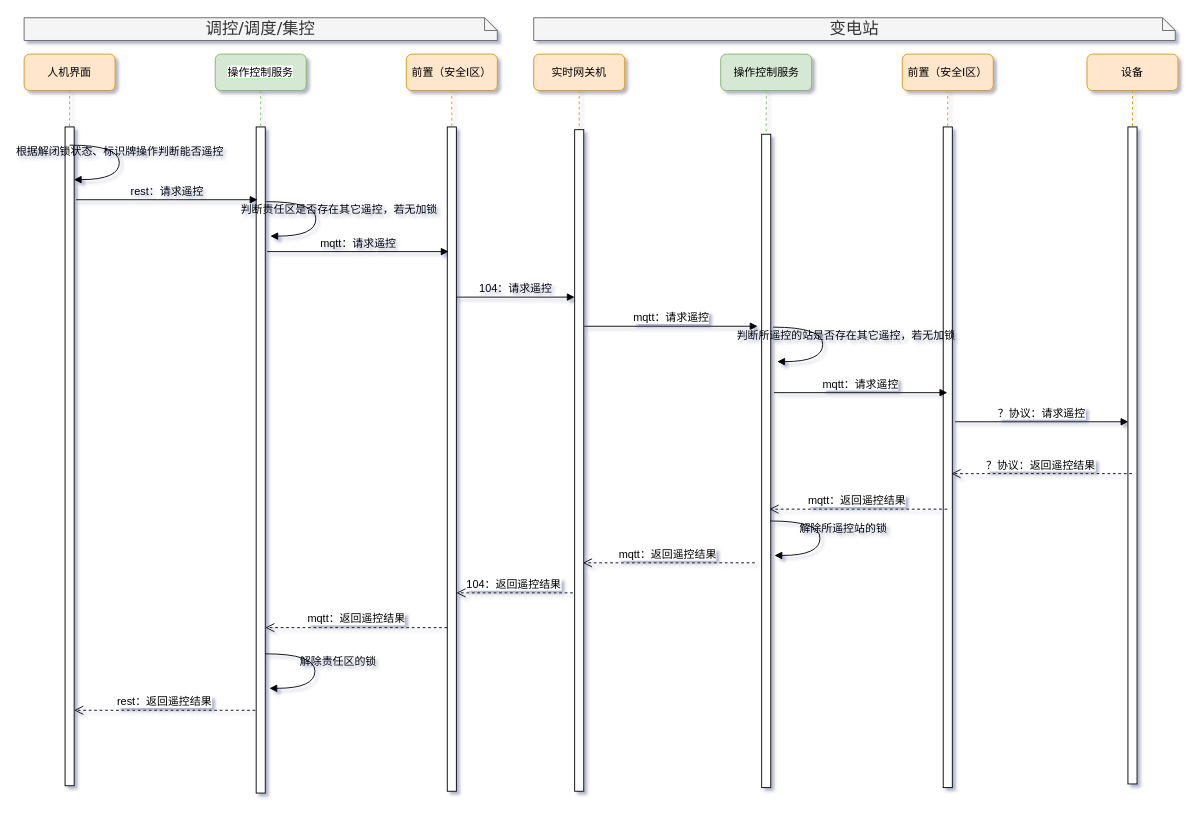
This is page "集控站直控" (1 of 8) of 操作与控制.drawio from qwe995272801/taowenxiang, a draw.io file, before an edit. Source tidied: cells renumbered, new cells numbered last; positions are measured from the earlier drawing's top-left corner, leaving out a move shared by most shapes. Both pictures are drawn from the tidied source at 91%, with x=0, y=0 at pixel (24, 17).
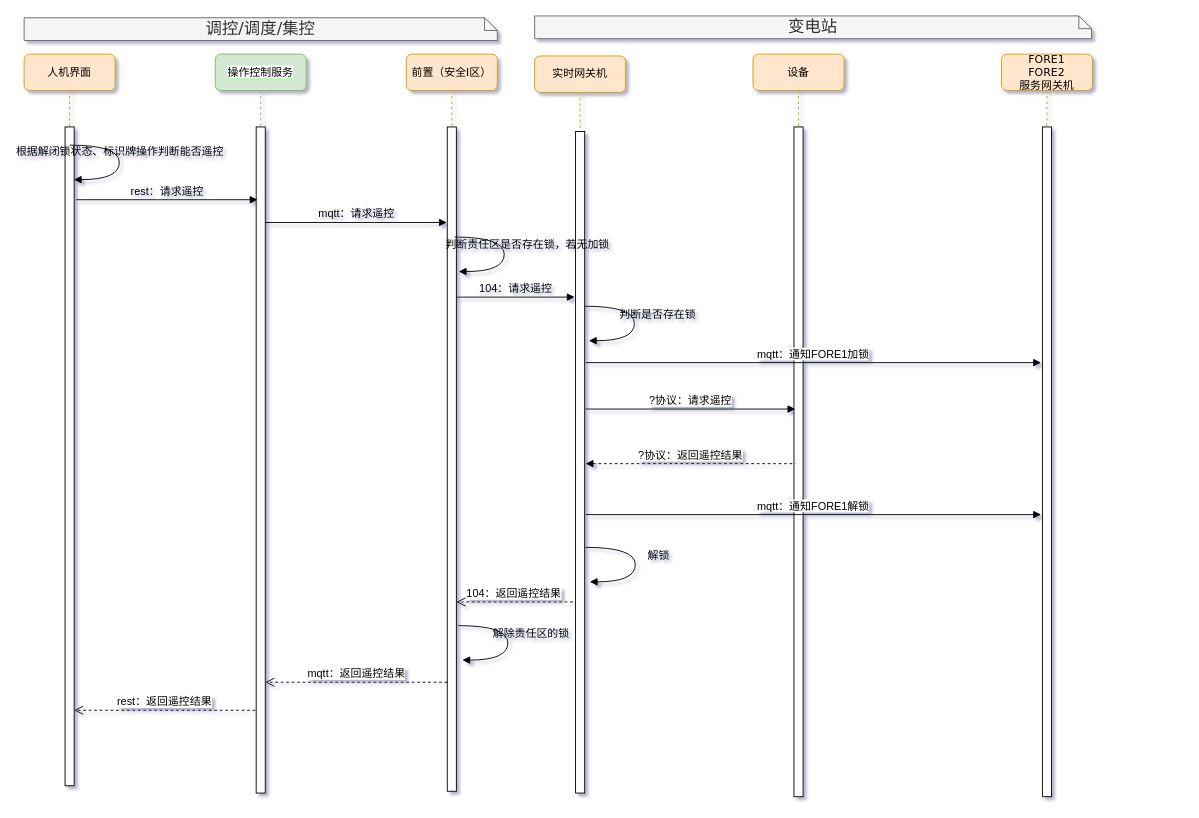
After the change.

Unchanged cells that the change refers to:
```xml
<mxCell id="2" value="&lt;span style=&quot;background-color: rgb(255 , 255 , 255)&quot;&gt;操作控制服务&lt;/span&gt;" style="shape=umlLifeline;perimeter=lifelinePerimeter;whiteSpace=wrap;html=1;rounded=1;shadow=0;comic=0;labelBackgroundColor=#99FF99;strokeWidth=1;fontFamily=Verdana;fontSize=12;align=center;fillColor=#d5e8d4;strokeColor=#82b366;" parent="1" vertex="1">
  <mxGeometry x="210" y="40" width="100" height="812" as="geometry" />
</mxCell>
```

What changed in the source:
```diff
@@
     <mxCell id="4" value="mqtt：返回遥控结果" style="html=1;verticalAlign=bottom;endArrow=open;dashed=1;endSize=8;fontFamily=Helvetica;entryX=1;entryY=0.81;entryDx=0;entryDy=0;entryPerimeter=0;fontSize=12;" parent="2" edge="1">
       <mxGeometry relative="1" as="geometry">
-        <mxPoint x="255" y="630.2" as="sourcePoint" />
-        <mxPoint x="55" y="630.2" as="targetPoint" />
+        <mxPoint x="255" y="690.2" as="sourcePoint" />
+        <mxPoint x="55" y="690.2" as="targetPoint" />
       </mxGeometry>
     </mxCell>
@@
-    <mxCell id="7" value="实时网关机" style="shape=umlLifeline;perimeter=lifelinePerimeter;whiteSpace=wrap;html=1;rounded=1;shadow=0;comic=0;labelBackgroundColor=none;strokeWidth=1;fontFamily=Verdana;fontSize=12;align=center;fillColor=#ffe6cc;strokeColor=#d79b00;" parent="1" vertex="1">
-      <mxGeometry x="560" y="40" width="100" height="811" as="geometry" />
-    </mxCell>
-    <mxCell id="8" style="html=1;perimeter=orthogonalPerimeter;rounded=0;shadow=0;comic=0;labelBackgroundColor=none;strokeWidth=1;fontFamily=Helvetica;fontSize=12;align=center;" parent="7" vertex="1">
-      <mxGeometry x="45" y="83" width="10" height="727" as="geometry" />
-    </mxCell>
-    <mxCell id="9" value="操作控制服务" style="shape=umlLifeline;perimeter=lifelinePerimeter;whiteSpace=wrap;html=1;rounded=1;shadow=0;comic=0;labelBackgroundColor=none;strokeWidth=1;fontFamily=Verdana;fontSize=12;align=center;fillColor=#d5e8d4;strokeColor=#82b366;" parent="1" vertex="1">
-      <mxGeometry x="765.5" y="40" width="100" height="806" as="geometry" />
-    </mxCell>
-    <mxCell id="10" style="html=1;perimeter=orthogonalPerimeter;rounded=0;shadow=0;comic=0;labelBackgroundColor=none;strokeWidth=1;fontFamily=Helvetica;fontSize=12;align=center;" parent="9" vertex="1">
-      <mxGeometry x="45" y="88" width="10" height="718" as="geometry" />
-    </mxCell>
@@
-    <mxCell id="16" value="&lt;font style=&quot;font-size: 18px&quot;&gt;变电站&lt;/font&gt;" style="shape=note;whiteSpace=wrap;html=1;size=14;verticalAlign=top;align=center;spacingTop=-6;rounded=0;shadow=0;comic=0;labelBackgroundColor=none;strokeWidth=1;fontFamily=Verdana;fontSize=12;fillColor=#f5f5f5;strokeColor=#666666;fontColor=#333333;" parent="1" vertex="1">
-      <mxGeometry x="560" width="705" height="25" as="geometry" />
-    </mxCell>
-    <mxCell id="17" value="mqtt：请求遥控" style="html=1;verticalAlign=bottom;endArrow=block;fontFamily=Helvetica;fontSize=12;" parent="1" edge="1">
-      <mxGeometry relative="1" as="geometry">
-        <mxPoint x="615.5" y="339" as="sourcePoint" />
-        <mxPoint x="806" y="339" as="targetPoint" />
-      </mxGeometry>
-    </mxCell>
@@
     <mxCell id="19" value="104：返回遥控结果" style="html=1;verticalAlign=bottom;endArrow=open;dashed=1;endSize=8;fontFamily=Helvetica;entryX=1.2;entryY=0.9;entryDx=0;entryDy=0;entryPerimeter=0;fontSize=12;" parent="1" edge="1">
       <mxGeometry x="0.02" relative="1" as="geometry">
-        <mxPoint x="603" y="632" as="sourcePoint" />
-        <mxPoint x="475" y="632" as="targetPoint" />
+        <mxPoint x="603" y="642" as="sourcePoint" />
+        <mxPoint x="475" y="642" as="targetPoint" />
       </mxGeometry>
     </mxCell>
-    <mxCell id="20" value="mqtt：返回遥控结果" style="html=1;verticalAlign=bottom;endArrow=open;dashed=1;endSize=8;fontFamily=Helvetica;entryX=1.2;entryY=0.9;entryDx=0;entryDy=0;entryPerimeter=0;fontSize=12;" parent="1" edge="1">
-      <mxGeometry x="0.02" relative="1" as="geometry">
-        <mxPoint x="803" y="599" as="sourcePoint" />
-        <mxPoint x="614" y="599" as="targetPoint" />
-      </mxGeometry>
-    </mxCell>
     <mxCell id="21" value="mqtt：请求遥控" style="html=1;verticalAlign=bottom;endArrow=block;labelBackgroundColor=none;fontFamily=Helvetica;fontSize=12;edgeStyle=elbowEdgeStyle;elbow=vertical;" parent="1" edge="1">
       <mxGeometry relative="1" as="geometry">
-        <mxPoint x="267" y="257" as="sourcePoint" />
-        <mxPoint x="466.5" y="257" as="targetPoint" />
+        <mxPoint x="265" y="225" as="sourcePoint" />
+        <mxPoint x="464.5" y="225" as="targetPoint" />
         <Array as="points">
-          <mxPoint x="377" y="257" />
-          <mxPoint x="217" y="307" />
-          <mxPoint x="207" y="307" />
+          <mxPoint x="375" y="225" />
+          <mxPoint x="215" y="275" />
+          <mxPoint x="205" y="275" />
         </Array>
       </mxGeometry>
     </mxCell>
@@
+    <mxCell id="33" value="解除责任区的锁" style="html=1;verticalAlign=bottom;endArrow=block;labelBackgroundColor=none;fontFamily=Verdana;fontSize=12;elbow=vertical;edgeStyle=orthogonalEdgeStyle;curved=1;entryX=1;entryY=0.286;entryPerimeter=0;exitX=1.038;exitY=0.345;exitPerimeter=0;" parent="1" edge="1">
+      <mxGeometry x="0.02" y="25" relative="1" as="geometry">
+        <mxPoint x="477" y="668" as="sourcePoint" />
+        <mxPoint x="481.6" y="705.9" as="targetPoint" />
+        <Array as="points">
+          <mxPoint x="531.6" y="667.9" />
+          <mxPoint x="531.6" y="705.9" />
+        </Array>
+      </mxGeometry>
+    </mxCell>
+    <mxCell id="7" value="实时网关机" style="shape=umlLifeline;perimeter=lifelinePerimeter;whiteSpace=wrap;html=1;rounded=1;shadow=0;comic=0;labelBackgroundColor=none;strokeWidth=1;fontFamily=Verdana;fontSize=12;align=center;fillColor=#ffe6cc;strokeColor=#d79b00;" parent="1" vertex="1">
+      <mxGeometry x="561" y="42" width="100" height="811" as="geometry" />
+    </mxCell>
+    <mxCell id="8" style="html=1;perimeter=orthogonalPerimeter;rounded=0;shadow=0;comic=0;labelBackgroundColor=none;strokeWidth=1;fontFamily=Helvetica;fontSize=12;align=center;" parent="7" vertex="1">
+      <mxGeometry x="45" y="83" width="10" height="727" as="geometry" />
+    </mxCell>
+    <mxCell id="35" value="?协议：请求遥控" style="html=1;verticalAlign=bottom;endArrow=block;fontFamily=Helvetica;fontSize=12;" parent="1" edge="1">
+      <mxGeometry relative="1" as="geometry">
+        <mxPoint x="617" y="430" as="sourcePoint" />
+        <mxPoint x="847.5" y="430" as="targetPoint" />
+      </mxGeometry>
+    </mxCell>
+    <mxCell id="36" value="判断是否存在锁" style="html=1;verticalAlign=bottom;endArrow=block;labelBackgroundColor=none;fontFamily=Verdana;fontSize=12;elbow=vertical;edgeStyle=orthogonalEdgeStyle;curved=1;entryX=1;entryY=0.286;entryPerimeter=0;exitX=1.038;exitY=0.345;exitPerimeter=0;" parent="1" edge="1">
+      <mxGeometry x="0.02" y="25" relative="1" as="geometry">
+        <mxPoint x="616" y="317" as="sourcePoint" />
+        <mxPoint x="620.6" y="354.9" as="targetPoint" />
+        <Array as="points">
+          <mxPoint x="670.6" y="316.9" />
+          <mxPoint x="670.6" y="354.9" />
+        </Array>
+      </mxGeometry>
+    </mxCell>
+    <mxCell id="29" value="设备" style="shape=umlLifeline;perimeter=lifelinePerimeter;whiteSpace=wrap;html=1;outlineConnect=0;rounded=1;shadow=0;comic=0;labelBackgroundColor=none;strokeWidth=1;fontFamily=Verdana;fontSize=12;align=center;fillColor=#ffe6cc;strokeColor=#d79b00;" parent="1" vertex="1">
+      <mxGeometry x="801" y="40" width="100" height="816" as="geometry" />
+    </mxCell>
+    <mxCell id="37" style="html=1;perimeter=orthogonalPerimeter;rounded=0;shadow=0;comic=0;labelBackgroundColor=none;strokeWidth=1;fontFamily=Helvetica;fontSize=12;align=center;" parent="29" vertex="1">
+      <mxGeometry x="45" y="80" width="10" height="736" as="geometry" />
+    </mxCell>
+    <mxCell id="38" value="解锁" style="html=1;verticalAlign=bottom;endArrow=block;labelBackgroundColor=none;fontFamily=Verdana;fontSize=12;elbow=vertical;edgeStyle=orthogonalEdgeStyle;curved=1;entryX=1;entryY=0.286;entryPerimeter=0;exitX=1.038;exitY=0.345;exitPerimeter=0;" parent="1" edge="1">
+      <mxGeometry x="0.02" y="25" relative="1" as="geometry">
+        <mxPoint x="617" y="582" as="sourcePoint" />
+        <mxPoint x="621.6" y="619.9" as="targetPoint" />
+        <Array as="points">
+          <mxPoint x="671.6" y="581.9" />
+          <mxPoint x="671.6" y="619.9" />
+        </Array>
+      </mxGeometry>
+    </mxCell>
+    <mxCell id="39" value="?协议：返回遥控结果" style="html=1;verticalAlign=bottom;endArrow=none;fontFamily=Helvetica;fontSize=12;dashed=1;startArrow=block;startFill=1;endFill=0;" parent="1" edge="1">
+      <mxGeometry relative="1" as="geometry">
+        <mxPoint x="617" y="490" as="sourcePoint" />
+        <mxPoint x="847.5" y="490" as="targetPoint" />
+      </mxGeometry>
+    </mxCell>
+    <mxCell id="40" value="mqtt：通知FORE1解锁" style="html=1;verticalAlign=bottom;endArrow=block;fontFamily=Helvetica;fontSize=12;" parent="1" edge="1">
+      <mxGeometry relative="1" as="geometry">
+        <mxPoint x="617.2" y="546" as="sourcePoint" />
+        <mxPoint x="1117.5" y="546" as="targetPoint" />
+      </mxGeometry>
+    </mxCell>
+    <mxCell id="41" value="&lt;div&gt;FORE1&lt;/div&gt;&lt;div&gt;FORE2&lt;/div&gt;&lt;div&gt;服务网关机&lt;/div&gt;" style="shape=umlLifeline;perimeter=lifelinePerimeter;whiteSpace=wrap;html=1;rounded=1;shadow=0;comic=0;labelBackgroundColor=none;strokeWidth=1;fontFamily=Verdana;fontSize=12;align=center;fillColor=#ffe6cc;strokeColor=#d79b00;" parent="1" vertex="1">
+      <mxGeometry x="1074" y="40" width="100" height="816" as="geometry" />
+    </mxCell>
+    <mxCell id="42" style="html=1;perimeter=orthogonalPerimeter;rounded=0;shadow=0;comic=0;labelBackgroundColor=none;strokeWidth=1;fontFamily=Helvetica;fontSize=12;align=center;" parent="41" vertex="1">
+      <mxGeometry x="45" y="80" width="10" height="736" as="geometry" />
+    </mxCell>
+    <mxCell id="16" value="&lt;font style=&quot;font-size: 18px&quot;&gt;变电站&lt;/font&gt;" style="shape=note;whiteSpace=wrap;html=1;size=14;verticalAlign=top;align=center;spacingTop=-6;rounded=0;shadow=0;comic=0;labelBackgroundColor=none;strokeWidth=1;fontFamily=Verdana;fontSize=12;fillColor=#f5f5f5;strokeColor=#666666;fontColor=#333333;" parent="1" vertex="1">
+      <mxGeometry x="561" y="-2" width="612" height="25" as="geometry" />
+    </mxCell>
+    <mxCell id="43" value="mqtt：通知FORE1加锁" style="html=1;verticalAlign=bottom;endArrow=block;fontFamily=Helvetica;fontSize=12;" parent="1" edge="1">
+      <mxGeometry relative="1" as="geometry">
+        <mxPoint x="617.2" y="379" as="sourcePoint" />
+        <mxPoint x="1117.5" y="379" as="targetPoint" />
+      </mxGeometry>
+    </mxCell>
-    <mxCell id="23" value="判断责任区是否存在其它遥控，若无加锁" style="html=1;verticalAlign=bottom;endArrow=block;labelBackgroundColor=none;fontFamily=Verdana;fontSize=12;elbow=vertical;edgeStyle=orthogonalEdgeStyle;curved=1;entryX=1;entryY=0.286;entryPerimeter=0;exitX=1.038;exitY=0.345;exitPerimeter=0;" parent="1" edge="1">
+    <mxCell id="23" value="判断责任区是否存在锁，若无加锁" style="html=1;verticalAlign=bottom;endArrow=block;labelBackgroundColor=none;fontFamily=Verdana;fontSize=12;elbow=vertical;edgeStyle=orthogonalEdgeStyle;curved=1;entryX=1;entryY=0.286;entryPerimeter=0;exitX=1.038;exitY=0.345;exitPerimeter=0;" parent="1" edge="1">
       <mxGeometry x="0.02" y="25" relative="1" as="geometry">
-        <mxPoint x="266" y="202.1" as="sourcePoint" />
-        <mxPoint x="270.6" y="240" as="targetPoint" />
+        <mxPoint x="473" y="241" as="sourcePoint" />
+        <mxPoint x="477.6" y="278.9" as="targetPoint" />
         <Array as="points">
-          <mxPoint x="320.6" y="202" />
-          <mxPoint x="320.6" y="240" />
+          <mxPoint x="527.6" y="240.9" />
+          <mxPoint x="527.6" y="278.9" />
         </Array>
       </mxGeometry>
     </mxCell>
-    <mxCell id="24" value="前置（安全Ⅰ区）" style="shape=umlLifeline;perimeter=lifelinePerimeter;whiteSpace=wrap;html=1;outlineConnect=0;rounded=1;shadow=0;comic=0;labelBackgroundColor=none;strokeWidth=1;fontFamily=Verdana;fontSize=12;align=center;fillColor=#ffe6cc;strokeColor=#d79b00;" parent="1" vertex="1">
-      <mxGeometry x="965" y="40" width="100" height="806" as="geometry" />
-    </mxCell>
-    <mxCell id="25" style="html=1;perimeter=orthogonalPerimeter;rounded=0;shadow=0;comic=0;labelBackgroundColor=none;strokeWidth=1;fontFamily=Helvetica;fontSize=12;align=center;" parent="24" vertex="1">
-      <mxGeometry x="45" y="80" width="10" height="726" as="geometry" />
-    </mxCell>
-    <mxCell id="26" value="mqtt：返回遥控结果" style="html=1;verticalAlign=bottom;endArrow=open;dashed=1;endSize=8;fontFamily=Helvetica;fontSize=12;" parent="1" edge="1" source="24">
-      <mxGeometry x="0.02" relative="1" as="geometry">
-        <mxPoint x="819" y="540" as="targetPoint" />
-      </mxGeometry>
-    </mxCell>
-    <mxCell id="27" value="判断所遥控的站是否存在其它遥控，若无加锁" style="html=1;verticalAlign=bottom;endArrow=block;labelBackgroundColor=none;fontFamily=Verdana;fontSize=12;elbow=vertical;edgeStyle=orthogonalEdgeStyle;curved=1;entryX=1;entryY=0.286;entryPerimeter=0;exitX=1.038;exitY=0.345;exitPerimeter=0;" parent="1" edge="1">
-      <mxGeometry x="0.02" y="25" relative="1" as="geometry">
-        <mxPoint x="823" y="340" as="sourcePoint" />
-        <mxPoint x="827.6" y="377.9" as="targetPoint" />
-        <Array as="points">
-          <mxPoint x="877.6" y="339.9" />
-          <mxPoint x="877.6" y="377.9" />
-        </Array>
-      </mxGeometry>
-    </mxCell>
-    <mxCell id="28" value="mqtt：请求遥控" style="html=1;verticalAlign=bottom;endArrow=block;fontFamily=Helvetica;fontSize=12;" parent="1" edge="1">
-      <mxGeometry relative="1" as="geometry">
-        <mxPoint x="824" y="412" as="sourcePoint" />
-        <mxPoint x="1014.5" y="412" as="targetPoint" />
-      </mxGeometry>
-    </mxCell>
-    <mxCell id="29" value="设备" style="shape=umlLifeline;perimeter=lifelinePerimeter;whiteSpace=wrap;html=1;outlineConnect=0;rounded=1;shadow=0;comic=0;labelBackgroundColor=none;strokeWidth=1;fontFamily=Verdana;fontSize=12;align=center;fillColor=#ffe6cc;strokeColor=#d79b00;" parent="1" vertex="1">
-      <mxGeometry x="1168" y="40" width="100" height="802" as="geometry" />
-    </mxCell>
-    <mxCell id="30" style="html=1;perimeter=orthogonalPerimeter;rounded=0;shadow=0;comic=0;labelBackgroundColor=none;strokeWidth=1;fontFamily=Helvetica;fontSize=12;align=center;" parent="29" vertex="1">
-      <mxGeometry x="45" y="80" width="10" height="722" as="geometry" />
-    </mxCell>
-    <mxCell id="31" value="？协议：请求遥控" style="html=1;verticalAlign=bottom;endArrow=block;fontFamily=Helvetica;fontSize=12;" parent="1" edge="1">
-      <mxGeometry relative="1" as="geometry">
-        <mxPoint x="1023" y="444" as="sourcePoint" />
-        <mxPoint x="1213.5" y="444" as="targetPoint" />
-      </mxGeometry>
-    </mxCell>
-    <mxCell id="32" value="？协议：返回遥控结果" style="html=1;verticalAlign=bottom;endArrow=open;dashed=1;endSize=8;fontFamily=Helvetica;fontSize=12;" parent="1" edge="1" source="29">
-      <mxGeometry x="0.02" relative="1" as="geometry">
-        <mxPoint x="1019" y="501" as="targetPoint" />
-      </mxGeometry>
-    </mxCell>
-    <mxCell id="33" value="解除责任区的锁" style="html=1;verticalAlign=bottom;endArrow=block;labelBackgroundColor=none;fontFamily=Verdana;fontSize=12;elbow=vertical;edgeStyle=orthogonalEdgeStyle;curved=1;entryX=1;entryY=0.286;entryPerimeter=0;exitX=1.038;exitY=0.345;exitPerimeter=0;" parent="1" edge="1">
-      <mxGeometry x="0.02" y="25" relative="1" as="geometry">
-        <mxPoint x="265" y="699" as="sourcePoint" />
-        <mxPoint x="269.6" y="736.9" as="targetPoint" />
-        <Array as="points">
-          <mxPoint x="319.6" y="698.9" />
-          <mxPoint x="319.6" y="736.9" />
-        </Array>
-      </mxGeometry>
-    </mxCell>
-    <mxCell id="34" value="解除所遥控站的锁" style="html=1;verticalAlign=bottom;endArrow=block;labelBackgroundColor=none;fontFamily=Verdana;fontSize=12;elbow=vertical;edgeStyle=orthogonalEdgeStyle;curved=1;entryX=1;entryY=0.286;entryPerimeter=0;exitX=1.038;exitY=0.345;exitPerimeter=0;" parent="1" edge="1">
-      <mxGeometry x="0.02" y="25" relative="1" as="geometry">
-        <mxPoint x="820" y="553" as="sourcePoint" />
-        <mxPoint x="824.6" y="590.9" as="targetPoint" />
-        <Array as="points">
-          <mxPoint x="874.6" y="552.9" />
-          <mxPoint x="874.6" y="590.9" />
-        </Array>
-      </mxGeometry>
-    </mxCell>
```
